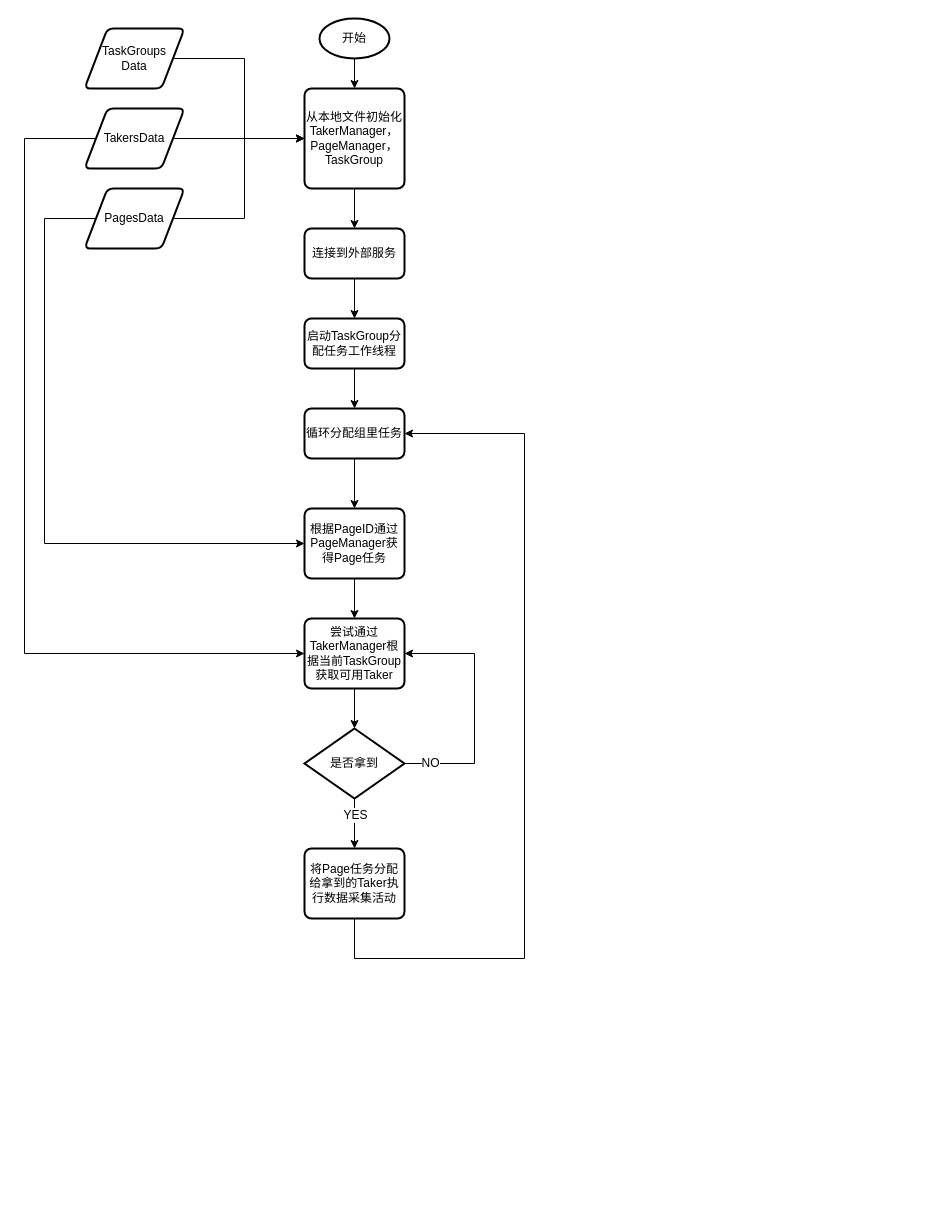
Before: page "采集控制流程" (1 of 9) of Designs.drawio in AugustusGao/CommonReptile, a draw.io diagram. Source tidied: cells renumbered, new cells numbered last; positions are measured from the earlier drawing's top-left corner, leaving out a move shared by most shapes. Both pictures are drawn from the tidied source at 100%, with x=0, y=0 at pixel (24, 18).
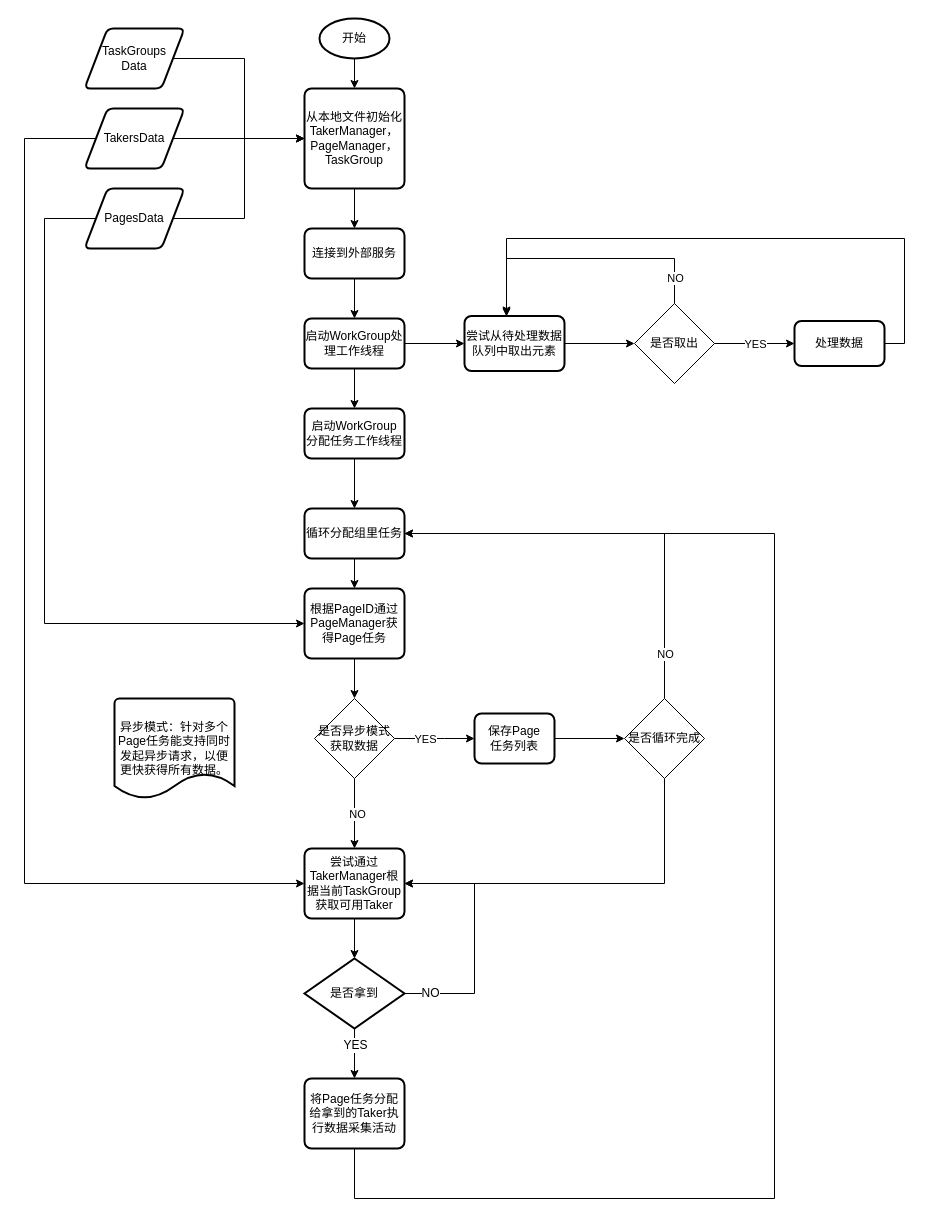
After the change.

Unchanged cells that the change refers to:
```xml
<mxCell id="7" value="连接到外部服务" style="rounded=1;whiteSpace=wrap;html=1;absoluteArcSize=1;arcSize=14;strokeWidth=2;" parent="1" vertex="1">
  <mxGeometry x="280" y="210" width="100" height="50" as="geometry" />
</mxCell>
<mxCell id="14" value="PagesData" style="shape=parallelogram;html=1;strokeWidth=2;perimeter=parallelogramPerimeter;whiteSpace=wrap;rounded=1;arcSize=12;size=0.23;" parent="1" vertex="1">
  <mxGeometry x="60" y="170" width="100" height="60" as="geometry" />
</mxCell>
<mxCell id="26" value="TakersData" style="shape=parallelogram;html=1;strokeWidth=2;perimeter=parallelogramPerimeter;whiteSpace=wrap;rounded=1;arcSize=12;size=0.23;" parent="1" vertex="1">
  <mxGeometry x="60" y="90" width="100" height="60" as="geometry" />
</mxCell>
```

What changed in the source:
```diff
@@
-    <mxCell id="6" style="edgeStyle=orthogonalEdgeStyle;rounded=0;jettySize=auto;html=1;exitX=0.5;exitY=1;exitDx=0;exitDy=0;entryX=0.5;entryY=0;entryDx=0;entryDy=0;" parent="1" edge="1" source="7" target="9">
-      <mxGeometry relative="1" as="geometry" />
-    </mxCell>
+    <mxCell id="31" style="edgeStyle=orthogonalEdgeStyle;rounded=0;jettySize=auto;html=1;exitX=0.5;exitY=1;exitDx=0;exitDy=0;entryX=0.5;entryY=0;entryDx=0;entryDy=0;" parent="1" edge="1" source="7" target="47">
+      <mxGeometry relative="1" as="geometry" />
+    </mxCell>
@@
-    <mxCell id="9" value="启动TaskGroup分配任务工作线程" style="rounded=1;whiteSpace=wrap;html=1;absoluteArcSize=1;arcSize=14;strokeWidth=2;" parent="1" vertex="1">
-      <mxGeometry x="280" y="300" width="100" height="50" as="geometry" />
+    <mxCell id="9" value="启动WorkGroup&lt;br&gt;分配任务工作线程" style="rounded=1;whiteSpace=wrap;html=1;absoluteArcSize=1;arcSize=14;strokeWidth=2;" parent="1" vertex="1">
+      <mxGeometry x="280" y="390" width="100" height="50" as="geometry" />
     </mxCell>
-    <mxCell id="10" style="edgeStyle=orthogonalEdgeStyle;rounded=0;jettySize=auto;html=1;exitX=0.5;exitY=1;exitDx=0;exitDy=0;entryX=0.5;entryY=0;entryDx=0;entryDy=0;" parent="1" edge="1" source="11" target="16">
-      <mxGeometry relative="1" as="geometry" />
-    </mxCell>
+    <mxCell id="32" style="edgeStyle=orthogonalEdgeStyle;rounded=0;jettySize=auto;html=1;exitX=0.5;exitY=1;exitDx=0;exitDy=0;entryX=0.5;entryY=0;entryDx=0;entryDy=0;" parent="1" edge="1" source="11" target="37">
+      <mxGeometry relative="1" as="geometry" />
+    </mxCell>
     <mxCell id="11" value="根据PageID通过PageManager获得Page任务" style="rounded=1;whiteSpace=wrap;html=1;absoluteArcSize=1;arcSize=14;strokeWidth=2;" parent="1" vertex="1">
-      <mxGeometry x="280" y="490" width="100" height="70" as="geometry" />
+      <mxGeometry x="280" y="570" width="100" height="70" as="geometry" />
     </mxCell>
     <mxCell id="12" style="edgeStyle=orthogonalEdgeStyle;rounded=0;jettySize=auto;html=1;exitX=0;exitY=0.5;exitDx=0;exitDy=0;entryX=0;entryY=0.5;entryDx=0;entryDy=0;" parent="1" edge="1" source="14" target="11">
       <mxGeometry relative="1" as="geometry">
         <Array as="points">
           <mxPoint x="20" y="200" />
-          <mxPoint x="20" y="525" />
+          <mxPoint x="20" y="605" />
         </Array>
       </mxGeometry>
     </mxCell>
@@
     <mxCell id="16" value="尝试通过TakerManager根据当前TaskGroup获取可用Taker" style="rounded=1;whiteSpace=wrap;html=1;absoluteArcSize=1;arcSize=14;strokeWidth=2;" parent="1" vertex="1">
-      <mxGeometry x="280" y="600" width="100" height="70" as="geometry" />
+      <mxGeometry x="280" y="830" width="100" height="70" as="geometry" />
     </mxCell>
     <mxCell id="17" style="edgeStyle=orthogonalEdgeStyle;rounded=0;jettySize=auto;html=1;exitX=1;exitY=0.5;exitDx=0;exitDy=0;exitPerimeter=0;entryX=1;entryY=0.5;entryDx=0;entryDy=0;" parent="1" edge="1" source="21" target="16">
       <mxGeometry relative="1" as="geometry">
         <Array as="points">
-          <mxPoint x="450" y="745" />
-          <mxPoint x="450" y="635" />
+          <mxPoint x="450" y="975" />
+          <mxPoint x="450" y="865" />
         </Array>
       </mxGeometry>
     </mxCell>
@@
     <mxCell id="21" value="是否拿到" style="strokeWidth=2;html=1;shape=mxgraph.flowchart.decision;whiteSpace=wrap;" parent="1" vertex="1">
-      <mxGeometry x="280" y="710" width="100" height="70" as="geometry" />
+      <mxGeometry x="280" y="940" width="100" height="70" as="geometry" />
     </mxCell>
     <mxCell id="22" style="edgeStyle=orthogonalEdgeStyle;rounded=0;jettySize=auto;html=1;exitX=0.5;exitY=1;exitDx=0;exitDy=0;entryX=1;entryY=0.5;entryDx=0;entryDy=0;" parent="1" edge="1" source="23" target="28">
       <mxGeometry relative="1" as="geometry">
         <Array as="points">
-          <mxPoint x="330" y="940" />
-          <mxPoint x="500" y="940" />
-          <mxPoint x="500" y="415" />
+          <mxPoint x="330" y="1180" />
+          <mxPoint x="750" y="1180" />
+          <mxPoint x="750" y="515" />
         </Array>
       </mxGeometry>
     </mxCell>
     <mxCell id="23" value="将Page任务分配给拿到的Taker执行数据采集活动" style="rounded=1;whiteSpace=wrap;html=1;absoluteArcSize=1;arcSize=14;strokeWidth=2;" parent="1" vertex="1">
-      <mxGeometry x="280" y="830" width="100" height="70" as="geometry" />
+      <mxGeometry x="280" y="1060" width="100" height="70" as="geometry" />
     </mxCell>
@@
     <mxCell id="25" style="edgeStyle=orthogonalEdgeStyle;rounded=0;jettySize=auto;html=1;exitX=0;exitY=0.5;exitDx=0;exitDy=0;entryX=0;entryY=0.5;entryDx=0;entryDy=0;" parent="1" edge="1" source="26" target="16">
       <mxGeometry relative="1" as="geometry">
         <Array as="points">
           <mxPoint y="120" />
-          <mxPoint y="635" />
+          <mxPoint y="865" />
         </Array>
       </mxGeometry>
     </mxCell>
@@
     <mxCell id="28" value="&lt;span&gt;循环分配组里任务&lt;/span&gt;" style="rounded=1;whiteSpace=wrap;html=1;absoluteArcSize=1;arcSize=14;strokeWidth=2;" parent="1" vertex="1">
-      <mxGeometry x="280" y="390" width="100" height="50" as="geometry" />
+      <mxGeometry x="280" y="490" width="100" height="50" as="geometry" />
     </mxCell>
@@
+    <mxCell id="33" style="edgeStyle=orthogonalEdgeStyle;rounded=0;jettySize=auto;html=1;exitX=1;exitY=0.5;exitDx=0;exitDy=0;entryX=0;entryY=0.5;entryDx=0;entryDy=0;" parent="1" edge="1" source="37" target="39">
+      <mxGeometry relative="1" as="geometry">
+        <Array as="points">
+          <mxPoint x="420" y="720" />
+          <mxPoint x="420" y="720" />
+        </Array>
+      </mxGeometry>
+    </mxCell>
+    <mxCell id="34" value="YES" style="edgeLabel;html=1;align=center;verticalAlign=middle;" parent="33" vertex="1">
+      <mxGeometry x="-0.71" y="1" relative="1" as="geometry">
+        <mxPoint x="18" y="1" as="offset" />
+      </mxGeometry>
+    </mxCell>
+    <mxCell id="35" style="edgeStyle=orthogonalEdgeStyle;rounded=0;jettySize=auto;html=1;exitX=0.5;exitY=1;exitDx=0;exitDy=0;" parent="1" edge="1" source="37" target="16">
+      <mxGeometry relative="1" as="geometry">
+        <Array as="points">
+          <mxPoint x="330" y="790" />
+          <mxPoint x="330" y="790" />
+        </Array>
+      </mxGeometry>
+    </mxCell>
+    <mxCell id="36" value="NO" style="edgeLabel;html=1;align=center;verticalAlign=middle;" parent="35" vertex="1">
+      <mxGeometry x="-0.01" y="2" relative="1" as="geometry" />
+    </mxCell>
+    <mxCell id="37" value="是否异步模式获取数据" style="rhombus;whiteSpace=wrap;html=1;" parent="1" vertex="1">
+      <mxGeometry x="290" y="680" width="80" height="80" as="geometry" />
+    </mxCell>
+    <mxCell id="38" style="edgeStyle=orthogonalEdgeStyle;rounded=0;jettySize=auto;html=1;exitX=1;exitY=0.5;exitDx=0;exitDy=0;" parent="1" edge="1" source="39" target="43">
+      <mxGeometry relative="1" as="geometry" />
+    </mxCell>
+    <mxCell id="39" value="保存Page&lt;br&gt;任务列表" style="rounded=1;whiteSpace=wrap;html=1;absoluteArcSize=1;arcSize=14;strokeWidth=2;" parent="1" vertex="1">
+      <mxGeometry x="450" y="695" width="80" height="50" as="geometry" />
+    </mxCell>
+    <mxCell id="40" style="edgeStyle=orthogonalEdgeStyle;rounded=0;jettySize=auto;html=1;exitX=0.5;exitY=0;exitDx=0;exitDy=0;entryX=1;entryY=0.5;entryDx=0;entryDy=0;" parent="1" edge="1" source="43" target="28">
+      <mxGeometry relative="1" as="geometry" />
+    </mxCell>
+    <mxCell id="41" value="NO" style="edgeLabel;html=1;align=center;verticalAlign=middle;" parent="40" vertex="1">
+      <mxGeometry x="-0.79" relative="1" as="geometry" />
+    </mxCell>
+    <mxCell id="42" style="edgeStyle=orthogonalEdgeStyle;rounded=0;jettySize=auto;html=1;exitX=0.5;exitY=1;exitDx=0;exitDy=0;entryX=1;entryY=0.5;entryDx=0;entryDy=0;" parent="1" edge="1" source="43" target="16">
+      <mxGeometry relative="1" as="geometry" />
+    </mxCell>
+    <mxCell id="43" value="是否循环完成" style="rhombus;whiteSpace=wrap;html=1;" parent="1" vertex="1">
+      <mxGeometry x="600" y="680" width="80" height="80" as="geometry" />
+    </mxCell>
+    <mxCell id="44" value="异步模式：针对多个Page任务能支持同时发起异步请求，以便更快获得所有数据。" style="strokeWidth=2;html=1;shape=mxgraph.flowchart.document2;whiteSpace=wrap;size=0.25;" parent="1" vertex="1">
+      <mxGeometry x="90" y="680" width="120" height="100" as="geometry" />
+    </mxCell>
+    <mxCell id="45" style="edgeStyle=orthogonalEdgeStyle;rounded=0;jettySize=auto;html=1;exitX=0.5;exitY=1;exitDx=0;exitDy=0;entryX=0.5;entryY=0;entryDx=0;entryDy=0;" parent="1" edge="1" source="47" target="9">
+      <mxGeometry relative="1" as="geometry" />
+    </mxCell>
+    <mxCell id="46" style="edgeStyle=orthogonalEdgeStyle;rounded=0;jettySize=auto;html=1;exitX=1;exitY=0.5;exitDx=0;exitDy=0;entryX=0;entryY=0.5;entryDx=0;entryDy=0;" parent="1" edge="1" source="47" target="49">
+      <mxGeometry relative="1" as="geometry" />
+    </mxCell>
+    <mxCell id="47" value="启动WorkGroup处理工作线程" style="rounded=1;whiteSpace=wrap;html=1;absoluteArcSize=1;arcSize=14;strokeWidth=2;" parent="1" vertex="1">
+      <mxGeometry x="280" y="300" width="100" height="50" as="geometry" />
+    </mxCell>
+    <mxCell id="48" style="edgeStyle=orthogonalEdgeStyle;rounded=0;jettySize=auto;html=1;exitX=1;exitY=0.5;exitDx=0;exitDy=0;entryX=0;entryY=0.5;entryDx=0;entryDy=0;" parent="1" edge="1" source="49" target="54">
+      <mxGeometry relative="1" as="geometry" />
+    </mxCell>
+    <mxCell id="49" value="尝试从待处理数据队列中取出元素" style="rounded=1;whiteSpace=wrap;html=1;absoluteArcSize=1;arcSize=14;strokeWidth=2;" parent="1" vertex="1">
+      <mxGeometry x="440" y="297.5" width="100" height="55" as="geometry" />
+    </mxCell>
+    <mxCell id="50" style="edgeStyle=orthogonalEdgeStyle;rounded=0;jettySize=auto;html=1;exitX=0.5;exitY=0;exitDx=0;exitDy=0;entryX=0.42;entryY=-0.018;entryDx=0;entryDy=0;entryPerimeter=0;" parent="1" edge="1" source="54" target="49">
+      <mxGeometry relative="1" as="geometry">
+        <Array as="points">
+          <mxPoint x="650" y="240" />
+          <mxPoint x="482" y="240" />
+        </Array>
+      </mxGeometry>
+    </mxCell>
+    <mxCell id="51" value="NO" style="edgeLabel;html=1;align=center;verticalAlign=middle;" parent="50" vertex="1">
+      <mxGeometry x="-0.67" y="-2" relative="1" as="geometry">
+        <mxPoint x="-2" y="18" as="offset" />
+      </mxGeometry>
+    </mxCell>
+    <mxCell id="52" style="edgeStyle=orthogonalEdgeStyle;rounded=0;jettySize=auto;html=1;exitX=1;exitY=0.5;exitDx=0;exitDy=0;entryX=0;entryY=0.5;entryDx=0;entryDy=0;" parent="1" edge="1" source="54" target="56">
+      <mxGeometry relative="1" as="geometry">
+        <Array as="points">
+          <mxPoint x="740" y="325" />
+          <mxPoint x="740" y="325" />
+        </Array>
+      </mxGeometry>
+    </mxCell>
+    <mxCell id="53" value="YES" style="edgeLabel;html=1;align=center;verticalAlign=middle;" parent="52" vertex="1">
+      <mxGeometry x="-0.24" y="-1" relative="1" as="geometry">
+        <mxPoint x="10" y="-1" as="offset" />
+      </mxGeometry>
+    </mxCell>
+    <mxCell id="54" value="是否取出" style="rhombus;whiteSpace=wrap;html=1;" parent="1" vertex="1">
+      <mxGeometry x="610" y="285" width="80" height="80" as="geometry" />
+    </mxCell>
+    <mxCell id="55" style="edgeStyle=orthogonalEdgeStyle;rounded=0;jettySize=auto;html=1;exitX=1;exitY=0.5;exitDx=0;exitDy=0;entryX=0.42;entryY=0.009;entryDx=0;entryDy=0;entryPerimeter=0;" parent="1" edge="1" source="56" target="49">
+      <mxGeometry relative="1" as="geometry">
+        <Array as="points">
+          <mxPoint x="880" y="325" />
+          <mxPoint x="880" y="220" />
+          <mxPoint x="482" y="220" />
+        </Array>
+      </mxGeometry>
+    </mxCell>
+    <mxCell id="56" value="处理数据" style="rounded=1;whiteSpace=wrap;html=1;absoluteArcSize=1;arcSize=14;strokeWidth=2;" parent="1" vertex="1">
+      <mxGeometry x="770" y="302.5" width="90" height="45" as="geometry" />
+    </mxCell>
```
